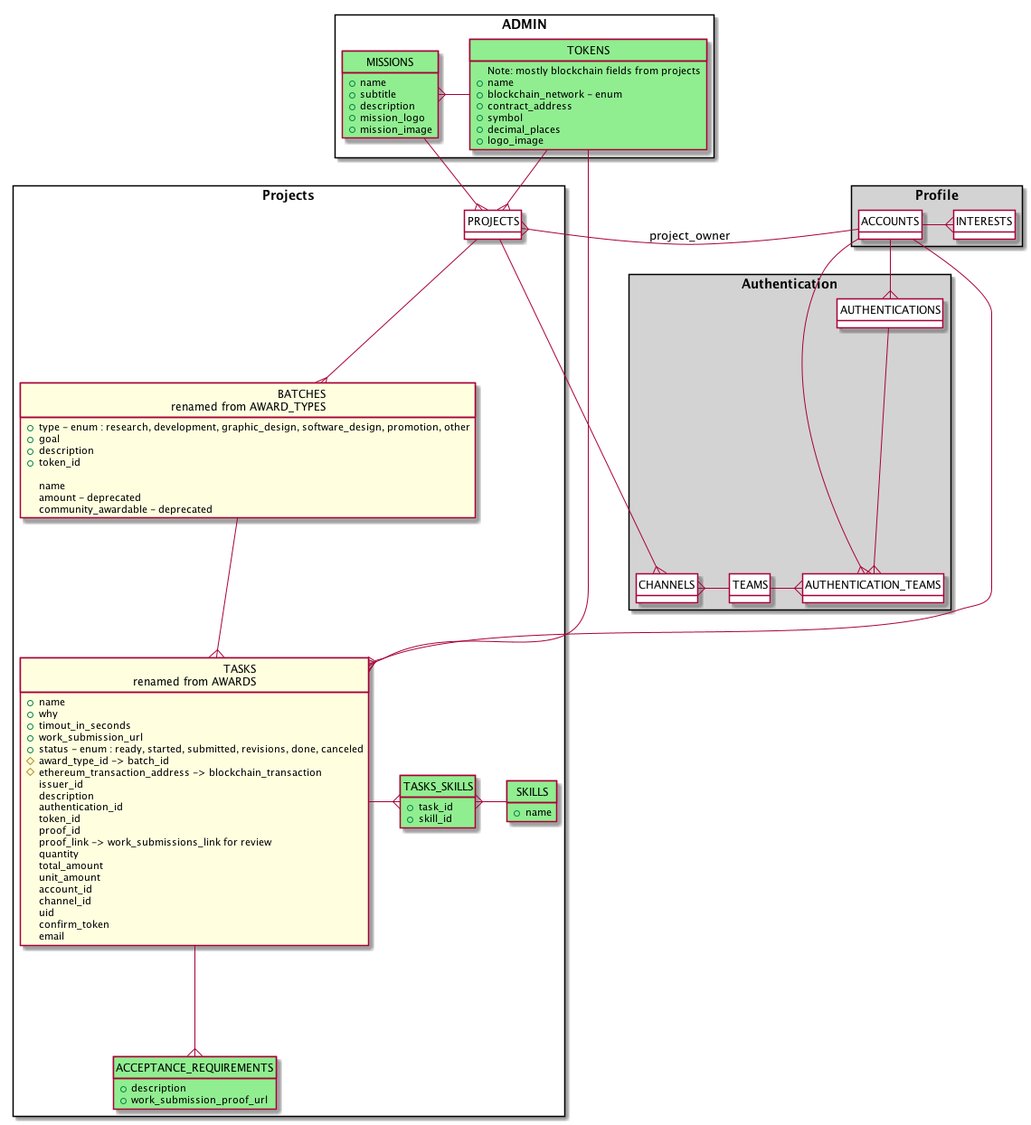
Before: doc/diagrams/schema-with-batches.png, a diagram exported from PlantUML (CoMakery/comakery-app).
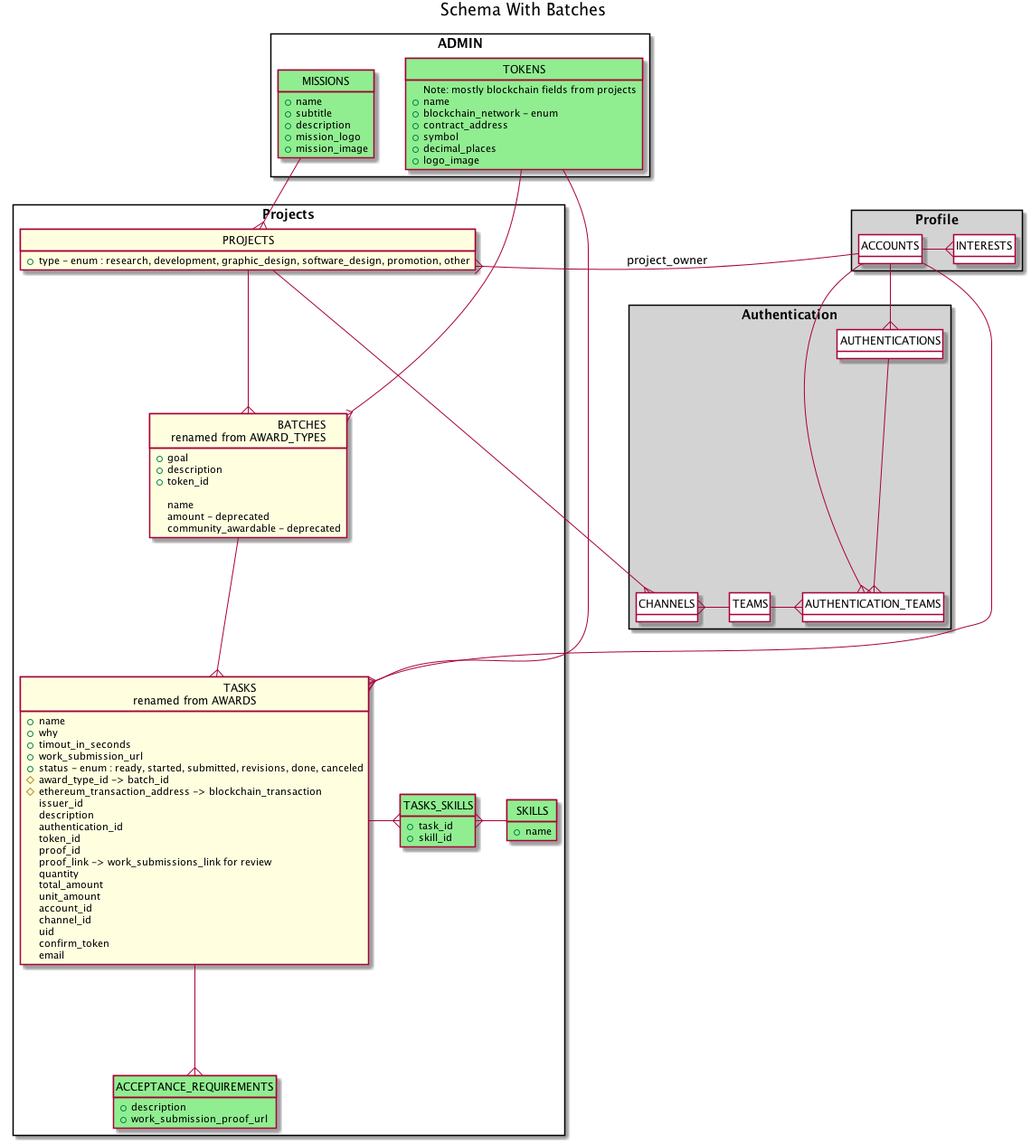
Above is the later version.

Commit message:
schema diagram fixes

Change to the diagram source:
```diff
@@ -1,4 +1,5 @@
 @startuml
+title Schema With Batches
 hide circle
 hide methods
 hide stereotypes
@@ -38,9 +39,10 @@
 }
 
 package Projects <<rectangle>> {
-  class PROJECTS
+  class PROJECTS #lightyellow {
+    + type - enum : research, development, graphic_design, software_design, promotion, other
+  }
   class "BATCHES\rrenamed from AWARD_TYPES" as BATCHES #lightyellow {
-    + type - enum : research, development, graphic_design, software_design, promotion, other
     + goal
     + description
     + token_id
@@ -85,10 +87,9 @@
   }
 }
 
-MISSIONS }- TOKENS
-MISSIONS -{ PROJECTS
+MISSIONS -down-{ PROJECTS
 TOKENS -{ TASKS
-TOKENS --{ PROJECTS
+TOKENS -{ BATCHES
 PROJECTS -{ CHANNELS
 PROJECTS -down-{ BATCHES
 BATCHES --{ TASKS
```
